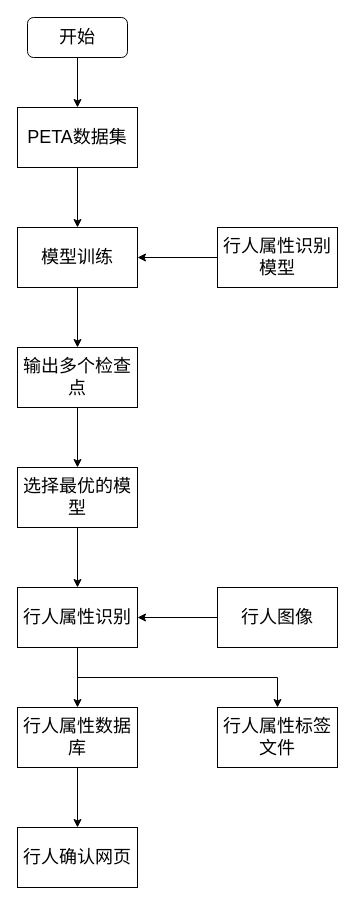
4396damage/Java keeps this draw.io diagram as Untitled Diagram.drawio. Above is the earlier version. Source tidied: cells renumbered, new cells numbered last; positions are measured from the earlier drawing's top-left corner, leaving out a move shared by most shapes. Both pictures are drawn from the tidied source at 100%, with x=0, y=0 at pixel (17, 17).
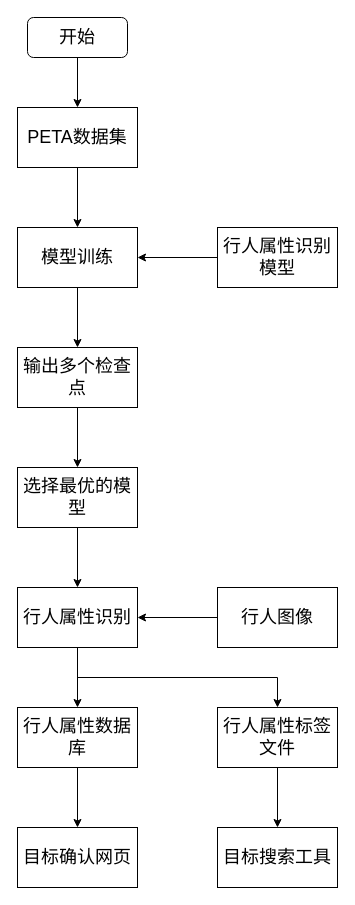
The same diagram, later.

The change refers to these unchanged cells:
```xml
<mxCell id="18" value="&lt;font style=&quot;font-size: 18px&quot;&gt;行人属性标签文件&lt;/font&gt;" style="rounded=0;whiteSpace=wrap;html=1;fillColor=#FFFFFF;gradientColor=none;" parent="1" vertex="1">
  <mxGeometry x="200" y="690" width="120" height="60" as="geometry" />
</mxCell>
```

Change to the diagram source:
```diff
@@
+    <mxCell id="23" style="edgeStyle=orthogonalEdgeStyle;rounded=0;jettySize=auto;html=1;entryX=0.5;entryY=0;entryDx=0;entryDy=0;" parent="1" edge="1" source="18" target="24">
+      <mxGeometry relative="1" as="geometry" />
+    </mxCell>
@@
-    <mxCell id="20" value="&lt;font style=&quot;font-size: 18px&quot;&gt;行人确认网页&lt;/font&gt;" style="rounded=0;whiteSpace=wrap;html=1;fillColor=#FFFFFF;gradientColor=none;" parent="1" vertex="1">
+    <mxCell id="20" value="&lt;font style=&quot;font-size: 18px&quot;&gt;目标确认网页&lt;/font&gt;" style="rounded=0;whiteSpace=wrap;html=1;fillColor=#FFFFFF;gradientColor=none;" parent="1" vertex="1">
       <mxGeometry y="810" width="120" height="60" as="geometry" />
     </mxCell>
@@
+    <mxCell id="24" value="&lt;font style=&quot;font-size: 18px&quot;&gt;目标搜索工具&lt;/font&gt;" style="rounded=0;whiteSpace=wrap;html=1;fillColor=#FFFFFF;gradientColor=none;" parent="1" vertex="1">
+      <mxGeometry x="200" y="810" width="120" height="60" as="geometry" />
+    </mxCell>
```
